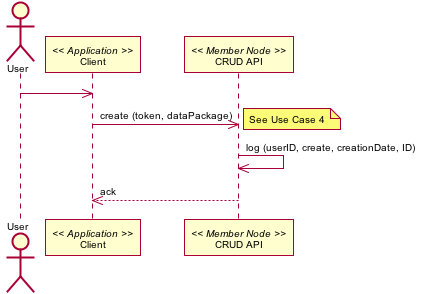
datadavev/DataONE_architecture keeps this PlantUML diagram as source/UseCases/images/16_interaction.png. Above is the earlier version.
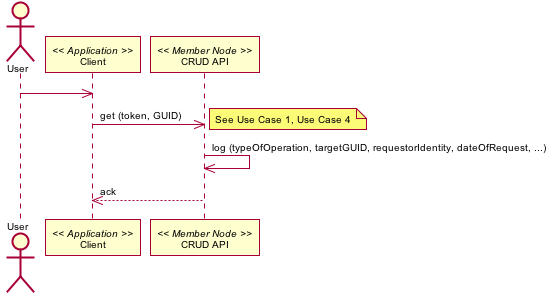
The same diagram one commit later.

Change to the diagram source:
```diff
@@ -1,4 +1,61 @@
 @startuml images/16_interaction.png
+skinparam activityFontColor black
+skinparam activityFontSize 10
+skinparam activityFontName arial
+skinparam activityArrowFontColor black
+skinparam activityArrowFontSize 10
+skinparam activityArrowFontName arial
+skinparam classArrowFontColor black
+skinparam classArrowFontSize 10
+skinparam classArrowFontName arial
+skinparam classAttributeFontColor black
+skinparam classAttributeFontSize 10
+skinparam classAttributeFontName arial
+skinparam classFontColor black
+skinparam classFontSize 10
+skinparam classFontName arial
+skinparam componentFontColor black
+skinparam componentFontSize 10
+skinparam componentFontName arial
+skinparam componentArrowFontColor black
+skinparam componentArrowFontSize 10
+skinparam componentArrowFontName arial
+skinparam noteFontColor black
+skinparam noteFontSize 10
+skinparam noteFontName arial
+skinparam packageFontColor black
+skinparam packageFontSize 10
+skinparam packageFontName arial
+skinparam sequenceActorFontColor black
+skinparam sequenceActorFontSize 10
+skinparam sequenceActorFontName arial
+skinparam sequenceArrowFontColor black
+skinparam sequenceArrowFontSize 10
+skinparam sequenceArrowFontName arial
+skinparam sequenceGroupingFontColor black
+skinparam sequenceGroupingFontSize 10
+skinparam sequenceGroupingFontName arial
+skinparam sequenceGroupingHeaderFontColor black
+skinparam sequenceGroupingHeaderFontSize 10
+skinparam sequenceGroupingHeaderFontName arial
+skinparam sequenceParticipantFontColor black
+skinparam sequenceParticipantFontSize 10
+skinparam sequenceParticipantFontName arial
+skinparam sequenceTitleFontColor black
+skinparam sequenceTitleFontSize 10
+skinparam sequenceTitleFontName arial
+skinparam titleFontColor black
+skinparam titleFontSize 10
+skinparam titleFontName arial
+skinparam usecaseFontColor black
+skinparam usecaseFontSize 10
+skinparam usecaseFontName arial
+skinparam usecaseActorFontColor black
+skinparam usecaseActorFontSize 10
+skinparam usecaseActorFontName arial
+skinparam usecaseArrowFontColor black
+skinparam usecaseArrowFontSize 10
+skinparam usecaseArrowFontName arial
 skinparam activityFontColor black
 skinparam activityFontSize 10
 skinparam activityFontName arial
@@ -60,10 +117,10 @@
 participant "Client" as app_client << Application >>
 User -> app_client
 participant "CRUD API" as m_crud << Member Node >>
-app_client -> m_crud: create (token, dataPackage)
+app_client -> m_crud: get (token, GUID)
 note right
-See Use Case 4
+See Use Case 1, Use Case 4
 end note
-m_crud -> m_crud: log (userID, create, creationDate, ID)
+m_crud -> m_crud: log (typeOfOperation, targetGUID, requestorIdentity, dateOfRequest, ...)
 m_crud --> app_client: ack
 @enduml
```
